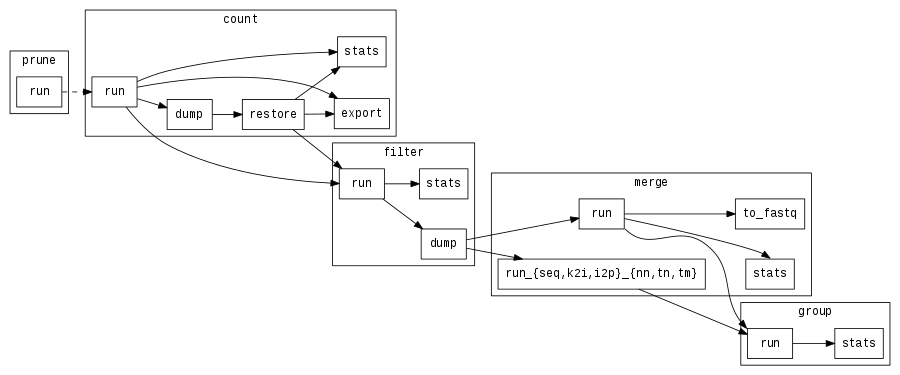
Above: doc/figures/deps.png in smufin/smufin-core (Graphviz), before the change. Its source is kept beside it as doc/figures/deps.dot.
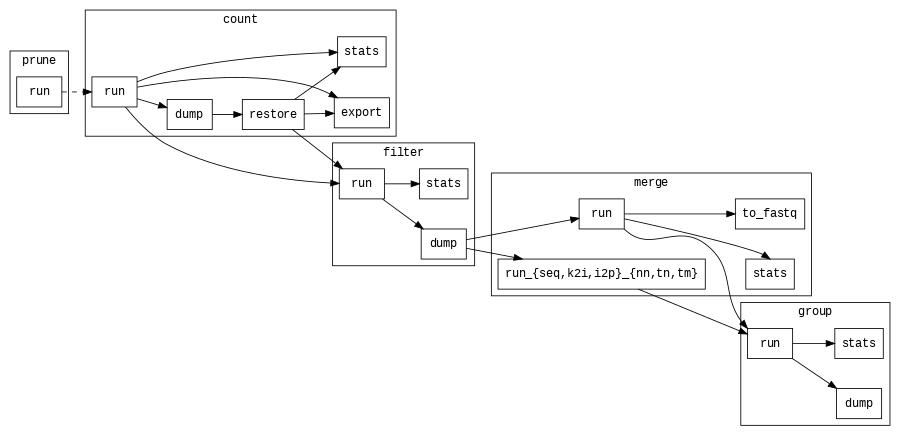
The same diagram one commit later.

Commit message:
Add new dump command to group

The edit, as a diff of the source:
```diff
@@ -43,6 +43,7 @@
         label = "group"
         color = black;
         "group:run" [label = run];
+        "group:dump" [label = dump];
         "group:stats" [label = stats];
     }
 
@@ -67,5 +68,6 @@
     "merge:run":se -> "group:run":nw
     "merge:run_{seq,k2i,i2p}_{nn,tn,tm}" -> "group:run"
 
+    "group:run" -> "group:dump"
     "group:run" -> "group:stats"
 }
```
